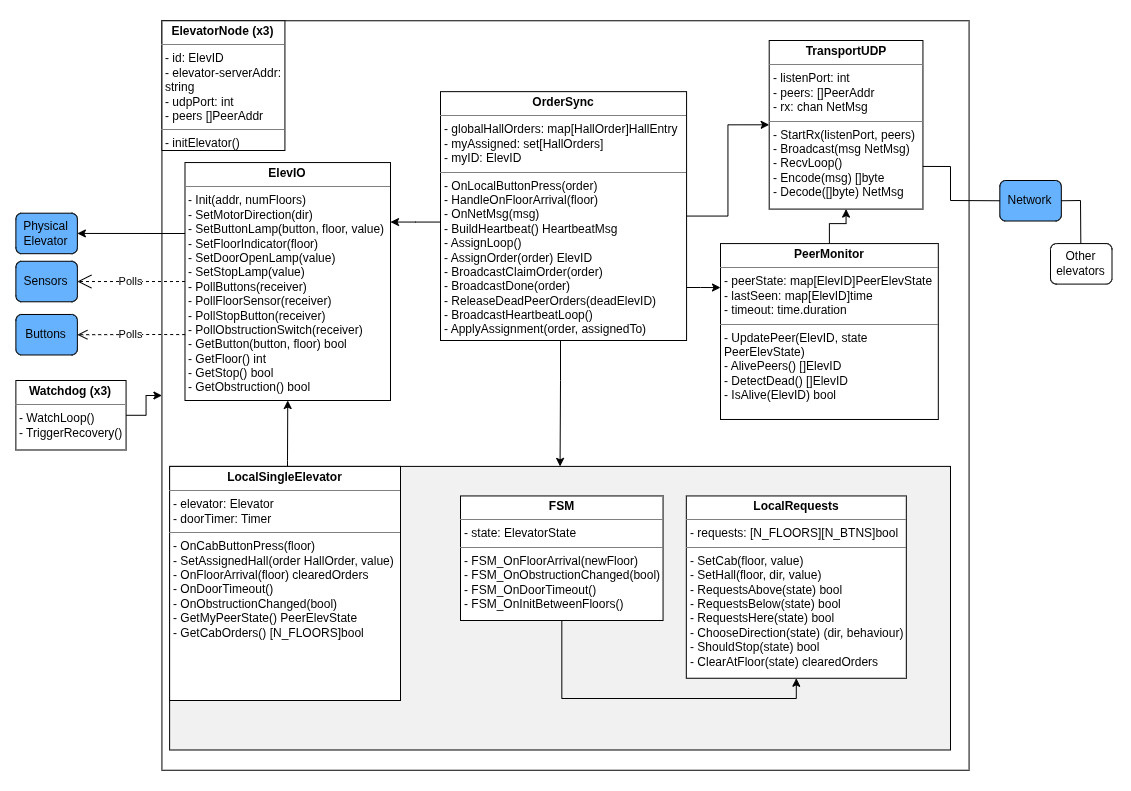
Earlier version of the draw.io export Diagrams/component_diagram.png (SondreMyhre/TTK4145). Source tidied: cells renumbered, new cells last; positions are measured from the earlier drawing's top-left corner, leaving out a move shared by most shapes.
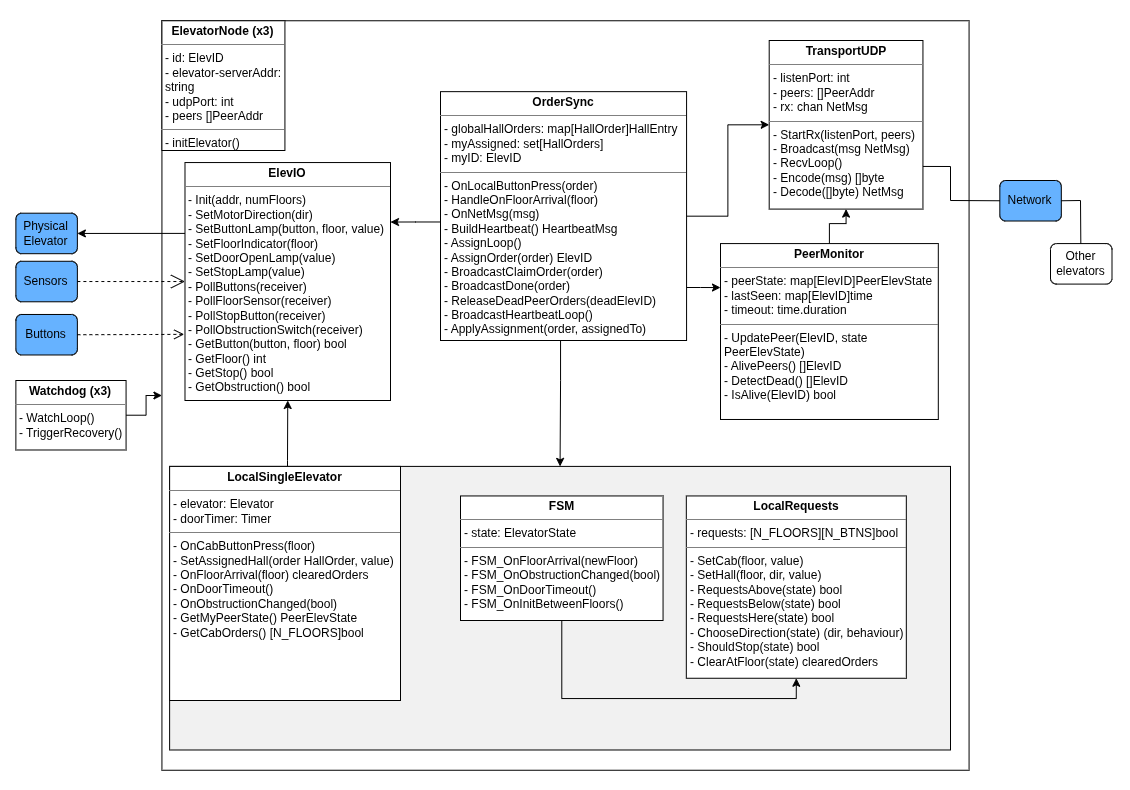
The same file after the commit.

Diff of the diagram source:
```diff
@@ -127,11 +127,11 @@
         </Array>
       </mxGeometry>
     </mxCell>
-    <mxCell id="31" value="Polls" style="endArrow=open;endSize=12;dashed=1;html=1;rounded=0;entryX=1;entryY=0.5;entryDx=0;entryDy=0;exitX=0;exitY=0.5;exitDx=0;exitDy=0;" parent="2" edge="1" source="25" target="7">
+    <mxCell id="31" style="endArrow=open;endSize=12;dashed=1;html=1;rounded=0;exitX=1;exitY=0.5;exitDx=0;exitDy=0;entryX=0;entryY=0.5;entryDx=0;entryDy=0;" parent="2" edge="1" source="7" target="25">
       <mxGeometry x="0.01" relative="1" as="geometry" />
     </mxCell>
-    <mxCell id="32" value="Polls" style="html=1;verticalAlign=bottom;endArrow=open;dashed=1;endSize=8;curved=0;rounded=0;entryX=1;entryY=0.5;entryDx=0;entryDy=0;exitX=0.001;exitY=0.723;exitDx=0;exitDy=0;exitPerimeter=0;" parent="2" edge="1" source="25" target="8">
-      <mxGeometry x="0.01" y="9" relative="1" as="geometry">
+    <mxCell id="32" style="html=1;verticalAlign=bottom;endArrow=open;dashed=1;endSize=8;curved=0;rounded=0;exitX=1;exitY=0.5;exitDx=0;exitDy=0;entryX=-0.004;entryY=0.722;entryDx=0;entryDy=0;entryPerimeter=0;" parent="2" edge="1" source="8" target="25">
+      <mxGeometry x="-0.01" y="-9" relative="1" as="geometry">
         <Array as="points">
           <mxPoint x="150" y="334" />
         </Array>
```
